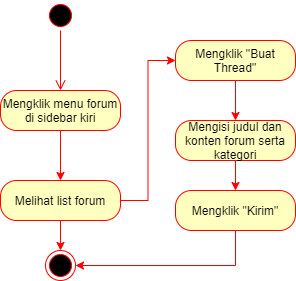
Above: laporan/see_make_forum.png in ihsanfir/Dramagon (draw.io), before the change. Source tidied: cells renumbered, new cells last; positions are measured from the earlier drawing's top-left corner, leaving out a move shared by most shapes. Source of this version:
```xml
<mxGraphModel>
  <root>
    <mxCell id="0" />
    <mxCell id="1" parent="0" />
    <mxCell id="2" style="ellipse;html=1;shape=startState;fillColor=#000000;strokeColor=#ff0000;" parent="1" vertex="1">
      <mxGeometry x="45" width="30" height="30" as="geometry" />
    </mxCell>
    <mxCell id="3" style="edgeStyle=orthogonalEdgeStyle;html=1;verticalAlign=bottom;endArrow=open;endSize=8;strokeColor=#ff0000;" parent="1" edge="1" source="2">
      <mxGeometry relative="1" as="geometry">
        <mxPoint x="60" y="90" as="targetPoint" />
      </mxGeometry>
    </mxCell>
    <mxCell id="4" style="edgeStyle=orthogonalEdgeStyle;rounded=0;jettySize=auto;html=1;strokeColor=#FF0000;" parent="1" edge="1" source="5" target="8">
      <mxGeometry relative="1" as="geometry" />
    </mxCell>
    <mxCell id="5" value="Mengklik menu forum&lt;br&gt;di sidebar kiri" style="rounded=1;whiteSpace=wrap;html=1;arcSize=40;fontColor=#000000;fillColor=#ffffc0;strokeColor=#ff0000;" parent="1" vertex="1">
      <mxGeometry y="90" width="120" height="40" as="geometry" />
    </mxCell>
    <mxCell id="6" style="edgeStyle=orthogonalEdgeStyle;rounded=0;jettySize=auto;html=1;exitX=0.5;exitY=1;exitDx=0;exitDy=0;entryX=0.5;entryY=0;entryDx=0;entryDy=0;strokeColor=#FF0000;" parent="1" edge="1" source="8" target="9">
      <mxGeometry relative="1" as="geometry" />
    </mxCell>
    <mxCell id="7" style="edgeStyle=orthogonalEdgeStyle;rounded=0;jettySize=auto;html=1;exitX=1;exitY=0.5;exitDx=0;exitDy=0;entryX=0;entryY=0.5;entryDx=0;entryDy=0;strokeColor=#FF0000;" parent="1" edge="1" source="8" target="11">
      <mxGeometry relative="1" as="geometry" />
    </mxCell>
    <mxCell id="8" value="Melihat list forum" style="rounded=1;whiteSpace=wrap;html=1;arcSize=40;fontColor=#000000;fillColor=#ffffc0;strokeColor=#ff0000;" parent="1" vertex="1">
      <mxGeometry y="180" width="120" height="40" as="geometry" />
    </mxCell>
    <mxCell id="9" style="ellipse;html=1;shape=endState;fillColor=#000000;strokeColor=#ff0000;" parent="1" vertex="1">
      <mxGeometry x="45" y="250" width="30" height="30" as="geometry" />
    </mxCell>
    <mxCell id="10" style="edgeStyle=orthogonalEdgeStyle;rounded=0;jettySize=auto;html=1;exitX=0.5;exitY=1;exitDx=0;exitDy=0;entryX=0.5;entryY=0;entryDx=0;entryDy=0;strokeColor=#FF0000;" parent="1" edge="1" source="11" target="13">
      <mxGeometry relative="1" as="geometry" />
    </mxCell>
    <mxCell id="11" value="Mengklik &quot;Buat Thread&quot;" style="rounded=1;whiteSpace=wrap;html=1;arcSize=40;fontColor=#000000;fillColor=#ffffc0;strokeColor=#ff0000;" parent="1" vertex="1">
      <mxGeometry x="175" y="40" width="120" height="40" as="geometry" />
    </mxCell>
    <mxCell id="12" style="edgeStyle=orthogonalEdgeStyle;rounded=0;jettySize=auto;html=1;exitX=0.5;exitY=1;exitDx=0;exitDy=0;entryX=0.5;entryY=0;entryDx=0;entryDy=0;strokeColor=#FF0000;" parent="1" edge="1" source="13" target="15">
      <mxGeometry relative="1" as="geometry" />
    </mxCell>
    <mxCell id="13" value="Mengisi judul dan konten forum serta kategori" style="rounded=1;whiteSpace=wrap;html=1;arcSize=40;fontColor=#000000;fillColor=#ffffc0;strokeColor=#ff0000;" parent="1" vertex="1">
      <mxGeometry x="175" y="120" width="120" height="40" as="geometry" />
    </mxCell>
    <mxCell id="14" style="edgeStyle=orthogonalEdgeStyle;rounded=0;jettySize=auto;html=1;exitX=0.5;exitY=1;exitDx=0;exitDy=0;entryX=1;entryY=0.5;entryDx=0;entryDy=0;strokeColor=#FF0000;" parent="1" edge="1" source="15" target="9">
      <mxGeometry relative="1" as="geometry" />
    </mxCell>
    <mxCell id="15" value="Mengklik &quot;Kirim&quot;" style="rounded=1;whiteSpace=wrap;html=1;arcSize=40;fontColor=#000000;fillColor=#ffffc0;strokeColor=#ff0000;" parent="1" vertex="1">
      <mxGeometry x="175" y="190" width="120" height="40" as="geometry" />
    </mxCell>
  </root>
</mxGraphModel>
```
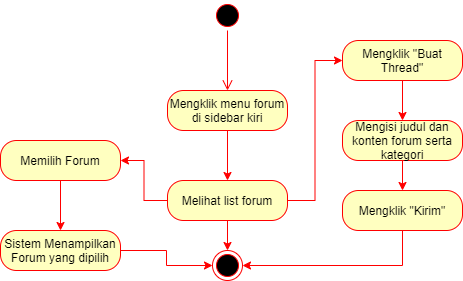
Above is the later version.

What changed in the source:
```diff
@@ -10,41 +10,56 @@
         <mxPoint x="60" y="90" as="targetPoint" />
       </mxGeometry>
     </mxCell>
-    <mxCell id="4" style="edgeStyle=orthogonalEdgeStyle;rounded=0;jettySize=auto;html=1;strokeColor=#FF0000;" parent="1" edge="1" source="5" target="8">
+    <mxCell id="4" style="edgeStyle=orthogonalEdgeStyle;rounded=0;jettySize=auto;html=1;strokeColor=#FF0000;" parent="1" edge="1" source="5" target="9">
       <mxGeometry relative="1" as="geometry" />
     </mxCell>
     <mxCell id="5" value="Mengklik menu forum&lt;br&gt;di sidebar kiri" style="rounded=1;whiteSpace=wrap;html=1;arcSize=40;fontColor=#000000;fillColor=#ffffc0;strokeColor=#ff0000;" parent="1" vertex="1">
       <mxGeometry y="90" width="120" height="40" as="geometry" />
     </mxCell>
-    <mxCell id="6" style="edgeStyle=orthogonalEdgeStyle;rounded=0;jettySize=auto;html=1;exitX=0.5;exitY=1;exitDx=0;exitDy=0;entryX=0.5;entryY=0;entryDx=0;entryDy=0;strokeColor=#FF0000;" parent="1" edge="1" source="8" target="9">
+    <mxCell id="6" style="edgeStyle=orthogonalEdgeStyle;rounded=0;jettySize=auto;html=1;exitX=0.5;exitY=1;exitDx=0;exitDy=0;entryX=0.5;entryY=0;entryDx=0;entryDy=0;strokeColor=#FF0000;" parent="1" edge="1" source="9" target="10">
       <mxGeometry relative="1" as="geometry" />
     </mxCell>
-    <mxCell id="7" style="edgeStyle=orthogonalEdgeStyle;rounded=0;jettySize=auto;html=1;exitX=1;exitY=0.5;exitDx=0;exitDy=0;entryX=0;entryY=0.5;entryDx=0;entryDy=0;strokeColor=#FF0000;" parent="1" edge="1" source="8" target="11">
+    <mxCell id="7" style="edgeStyle=orthogonalEdgeStyle;rounded=0;jettySize=auto;html=1;exitX=1;exitY=0.5;exitDx=0;exitDy=0;entryX=0;entryY=0.5;entryDx=0;entryDy=0;strokeColor=#FF0000;" parent="1" edge="1" source="9" target="12">
       <mxGeometry relative="1" as="geometry" />
     </mxCell>
-    <mxCell id="8" value="Melihat list forum" style="rounded=1;whiteSpace=wrap;html=1;arcSize=40;fontColor=#000000;fillColor=#ffffc0;strokeColor=#ff0000;" parent="1" vertex="1">
-      <mxGeometry y="180" width="120" height="40" as="geometry" />
+    <mxCell id="8" style="edgeStyle=orthogonalEdgeStyle;rounded=0;jettySize=auto;html=1;exitX=0;exitY=0.5;exitDx=0;exitDy=0;entryX=1;entryY=0.5;entryDx=0;entryDy=0;strokeColor=#FF0000;" parent="1" edge="1" source="9" target="18">
+      <mxGeometry relative="1" as="geometry" />
     </mxCell>
-    <mxCell id="9" style="ellipse;html=1;shape=endState;fillColor=#000000;strokeColor=#ff0000;" parent="1" vertex="1">
-      <mxGeometry x="45" y="250" width="30" height="30" as="geometry" />
+    <mxCell id="9" value="Melihat list forum" style="rounded=1;whiteSpace=wrap;html=1;arcSize=40;fontColor=#000000;fillColor=#ffffc0;strokeColor=#ff0000;" parent="1" vertex="1">
+      <mxGeometry y="180" width="120" height="40" as="geometry" />
     </mxCell>
-    <mxCell id="10" style="edgeStyle=orthogonalEdgeStyle;rounded=0;jettySize=auto;html=1;exitX=0.5;exitY=1;exitDx=0;exitDy=0;entryX=0.5;entryY=0;entryDx=0;entryDy=0;strokeColor=#FF0000;" parent="1" edge="1" source="11" target="13">
-      <mxGeometry relative="1" as="geometry" />
+    <mxCell id="10" style="ellipse;html=1;shape=endState;fillColor=#000000;strokeColor=#ff0000;" parent="1" vertex="1">
+      <mxGeometry x="45" y="250" width="30" height="30" as="geometry" />
     </mxCell>
-    <mxCell id="11" value="Mengklik &quot;Buat Thread&quot;" style="rounded=1;whiteSpace=wrap;html=1;arcSize=40;fontColor=#000000;fillColor=#ffffc0;strokeColor=#ff0000;" parent="1" vertex="1">
-      <mxGeometry x="175" y="40" width="120" height="40" as="geometry" />
+    <mxCell id="11" style="edgeStyle=orthogonalEdgeStyle;rounded=0;jettySize=auto;html=1;exitX=0.5;exitY=1;exitDx=0;exitDy=0;entryX=0.5;entryY=0;entryDx=0;entryDy=0;strokeColor=#FF0000;" parent="1" edge="1" source="12" target="14">
+      <mxGeometry relative="1" as="geometry" />
     </mxCell>
-    <mxCell id="12" style="edgeStyle=orthogonalEdgeStyle;rounded=0;jettySize=auto;html=1;exitX=0.5;exitY=1;exitDx=0;exitDy=0;entryX=0.5;entryY=0;entryDx=0;entryDy=0;strokeColor=#FF0000;" parent="1" edge="1" source="13" target="15">
-      <mxGeometry relative="1" as="geometry" />
+    <mxCell id="12" value="Mengklik &quot;Buat Thread&quot;" style="rounded=1;whiteSpace=wrap;html=1;arcSize=40;fontColor=#000000;fillColor=#ffffc0;strokeColor=#ff0000;" parent="1" vertex="1">
+      <mxGeometry x="175" y="40" width="120" height="40" as="geometry" />
     </mxCell>
-    <mxCell id="13" value="Mengisi judul dan konten forum serta kategori" style="rounded=1;whiteSpace=wrap;html=1;arcSize=40;fontColor=#000000;fillColor=#ffffc0;strokeColor=#ff0000;" parent="1" vertex="1">
-      <mxGeometry x="175" y="120" width="120" height="40" as="geometry" />
+    <mxCell id="13" style="edgeStyle=orthogonalEdgeStyle;rounded=0;jettySize=auto;html=1;exitX=0.5;exitY=1;exitDx=0;exitDy=0;entryX=0.5;entryY=0;entryDx=0;entryDy=0;strokeColor=#FF0000;" parent="1" edge="1" source="14" target="16">
+      <mxGeometry relative="1" as="geometry" />
     </mxCell>
-    <mxCell id="14" style="edgeStyle=orthogonalEdgeStyle;rounded=0;jettySize=auto;html=1;exitX=0.5;exitY=1;exitDx=0;exitDy=0;entryX=1;entryY=0.5;entryDx=0;entryDy=0;strokeColor=#FF0000;" parent="1" edge="1" source="15" target="9">
-      <mxGeometry relative="1" as="geometry" />
+    <mxCell id="14" value="Mengisi judul dan konten forum serta kategori" style="rounded=1;whiteSpace=wrap;html=1;arcSize=40;fontColor=#000000;fillColor=#ffffc0;strokeColor=#ff0000;" parent="1" vertex="1">
+      <mxGeometry x="175" y="120" width="120" height="40" as="geometry" />
     </mxCell>
-    <mxCell id="15" value="Mengklik &quot;Kirim&quot;" style="rounded=1;whiteSpace=wrap;html=1;arcSize=40;fontColor=#000000;fillColor=#ffffc0;strokeColor=#ff0000;" parent="1" vertex="1">
-      <mxGeometry x="175" y="190" width="120" height="40" as="geometry" />
+    <mxCell id="15" style="edgeStyle=orthogonalEdgeStyle;rounded=0;jettySize=auto;html=1;exitX=0.5;exitY=1;exitDx=0;exitDy=0;entryX=1;entryY=0.5;entryDx=0;entryDy=0;strokeColor=#FF0000;" parent="1" edge="1" source="16" target="10">
+      <mxGeometry relative="1" as="geometry" />
     </mxCell>
+    <mxCell id="16" value="Mengklik &quot;Kirim&quot;" style="rounded=1;whiteSpace=wrap;html=1;arcSize=40;fontColor=#000000;fillColor=#ffffc0;strokeColor=#ff0000;" parent="1" vertex="1">
+      <mxGeometry x="175" y="190" width="120" height="40" as="geometry" />
+    </mxCell>
+    <mxCell id="17" style="edgeStyle=orthogonalEdgeStyle;rounded=0;jettySize=auto;html=1;exitX=0.5;exitY=1;exitDx=0;exitDy=0;strokeColor=#FF0000;" parent="1" edge="1" source="18" target="20">
+      <mxGeometry relative="1" as="geometry" />
+    </mxCell>
+    <mxCell id="18" value="Memilih Forum" style="rounded=1;whiteSpace=wrap;html=1;arcSize=40;fontColor=#000000;fillColor=#ffffc0;strokeColor=#ff0000;" parent="1" vertex="1">
+      <mxGeometry x="-167" y="140" width="120" height="40" as="geometry" />
+    </mxCell>
+    <mxCell id="19" style="edgeStyle=orthogonalEdgeStyle;rounded=0;jettySize=auto;html=1;exitX=1;exitY=0.5;exitDx=0;exitDy=0;entryX=0;entryY=0.5;entryDx=0;entryDy=0;strokeColor=#FF0000;" parent="1" edge="1" source="20" target="10">
+      <mxGeometry relative="1" as="geometry" />
+    </mxCell>
+    <mxCell id="20" value="Sistem Menampilkan Forum yang dipilih" style="rounded=1;whiteSpace=wrap;html=1;arcSize=40;fontColor=#000000;fillColor=#ffffc0;strokeColor=#ff0000;" parent="1" vertex="1">
+      <mxGeometry x="-167" y="230" width="120" height="40" as="geometry" />
+    </mxCell>
   </root>
 </mxGraphModel>
```
